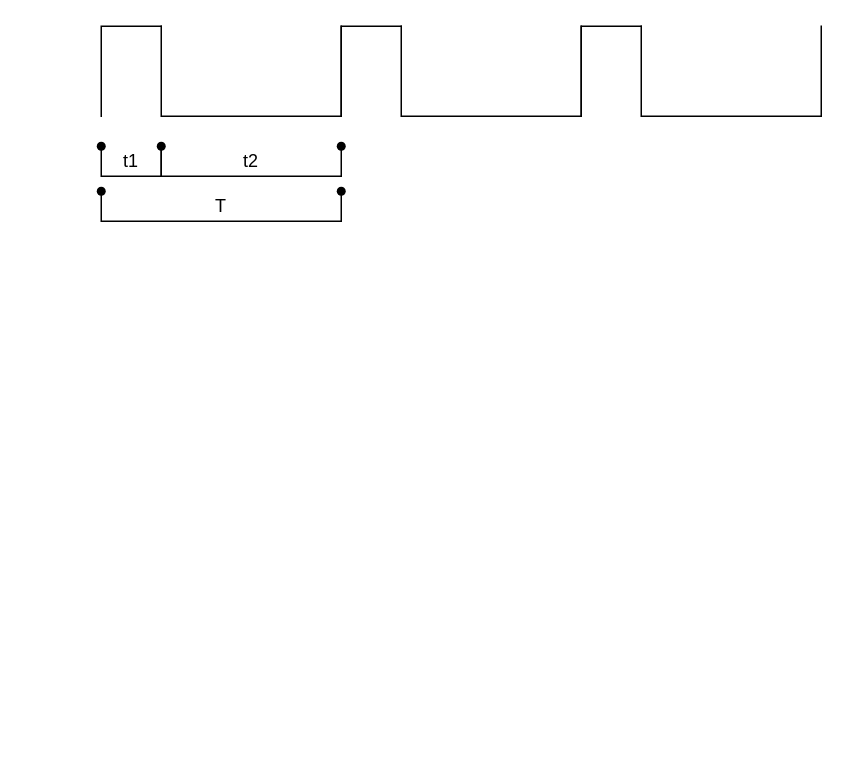
yyy-router/drawio keeps this draw.io diagram as page "第 4 页" (4 of 4) of 未命名绘图.drawio. Above is the earlier version. Source tidied: cells renumbered, new cells numbered last; positions are measured from the earlier drawing's top-left corner, leaving out a move shared by most shapes. Both pictures are drawn from the tidied source at 150%, with x=0, y=0 at pixel (86, 26).
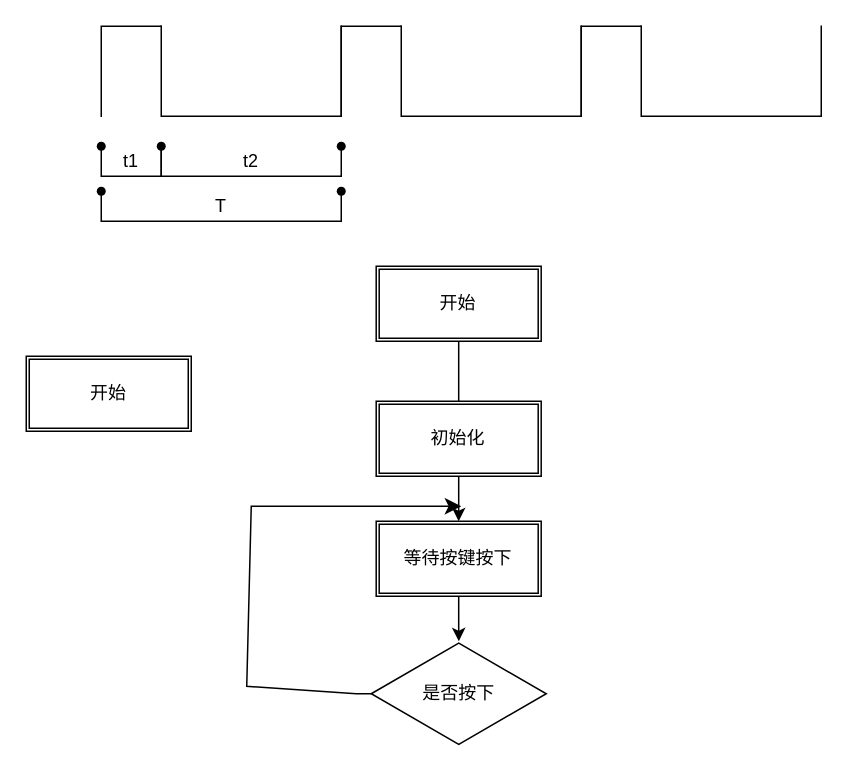
The same diagram, later.

Change to the diagram source:
```diff
@@
+    <mxCell id="16" style="edgeStyle=orthogonalEdgeStyle;rounded=0;jettySize=auto;html=1;" parent="1" edge="1" source="17" target="20">
+      <mxGeometry relative="1" as="geometry" />
+    </mxCell>
+    <mxCell id="17" value="开始" style="shape=ext;double=1;rounded=0;whiteSpace=wrap;html=1;" parent="1" vertex="1">
+      <mxGeometry x="193.3" y="160" width="110" height="50" as="geometry" />
+    </mxCell>
+    <mxCell id="18" value="初始化" style="shape=ext;double=1;rounded=0;whiteSpace=wrap;html=1;" parent="1" vertex="1">
+      <mxGeometry x="193.3" y="250" width="110" height="50" as="geometry" />
+    </mxCell>
+    <mxCell id="19" style="edgeStyle=orthogonalEdgeStyle;rounded=0;jettySize=auto;html=1;" parent="1" edge="1" source="20" target="22">
+      <mxGeometry relative="1" as="geometry" />
+    </mxCell>
+    <mxCell id="20" value="等待按键按下" style="shape=ext;double=1;rounded=0;whiteSpace=wrap;html=1;" parent="1" vertex="1">
+      <mxGeometry x="193.3" y="330" width="110" height="50" as="geometry" />
+    </mxCell>
+    <mxCell id="21" value="开始" style="shape=ext;double=1;rounded=0;whiteSpace=wrap;html=1;" parent="1" vertex="1">
+      <mxGeometry x="-40" y="220" width="110" height="50" as="geometry" />
+    </mxCell>
+    <mxCell id="22" value="是否按下" style="html=1;whiteSpace=wrap;shape=isoRectangle;" parent="1" vertex="1">
+      <mxGeometry x="190" y="410" width="116.7" height="70" as="geometry" />
+    </mxCell>
+    <mxCell id="23" style="elbow=vertical;endArrow=classic;html=1;rounded=0;endSize=8;startSize=8;" parent="1" edge="1" source="22">
+      <mxGeometry relative="1" as="geometry">
+        <mxPoint x="250" y="320" as="targetPoint" />
+        <Array as="points">
+          <mxPoint x="180" y="445" />
+          <mxPoint x="107" y="440" />
+          <mxPoint x="110" y="320" />
+        </Array>
+      </mxGeometry>
+    </mxCell>
```
